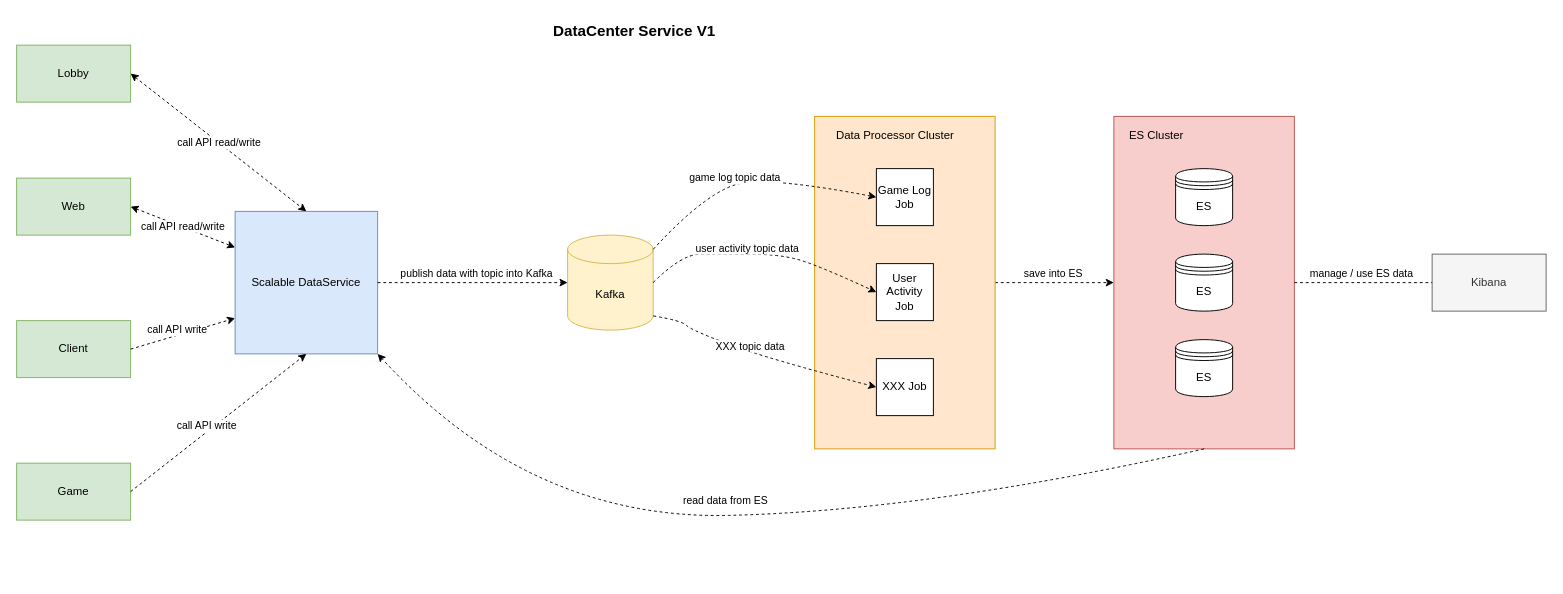
The draw.io diagram DataCenterService.drawio in kidozhaoz/drawio-libs, before the edit. Source tidied: cells renumbered, new cells numbered last; positions are measured from the earlier drawing's top-left corner, leaving out a move shared by most shapes. Both pictures are drawn from the tidied source at 95%, with x=0, y=0 at pixel (16, 16).
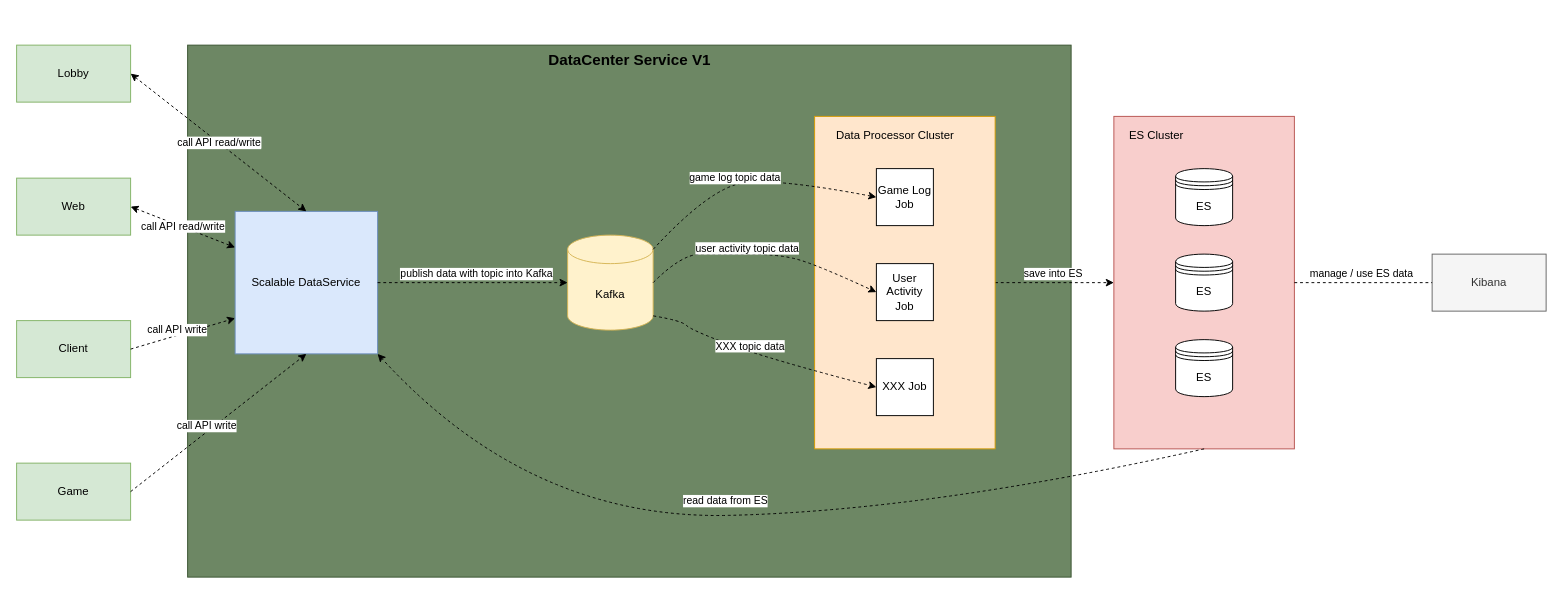
Above is the later version.

Change to the diagram source:
```diff
@@
+    <mxCell id="35" style="rounded=0;whiteSpace=wrap;html=1;fillColor=#6d8764;fontColor=#ffffff;strokeColor=#3A5431;" parent="1" vertex="1">
+      <mxGeometry x="180" y="30" width="930" height="560" as="geometry" />
+    </mxCell>
@@
     <mxCell id="3" value="&lt;font style=&quot;font-size: 16px;&quot;&gt;&lt;b&gt;DataCenter Service V1&lt;/b&gt;&lt;/font&gt;" style="text;html=1;align=center;verticalAlign=middle;strokeColor=none;fillColor=none;" parent="1" vertex="1">
-      <mxGeometry x="555" width="190" height="30" as="geometry" />
+      <mxGeometry x="550" y="30" width="190" height="30" as="geometry" />
     </mxCell>
```
